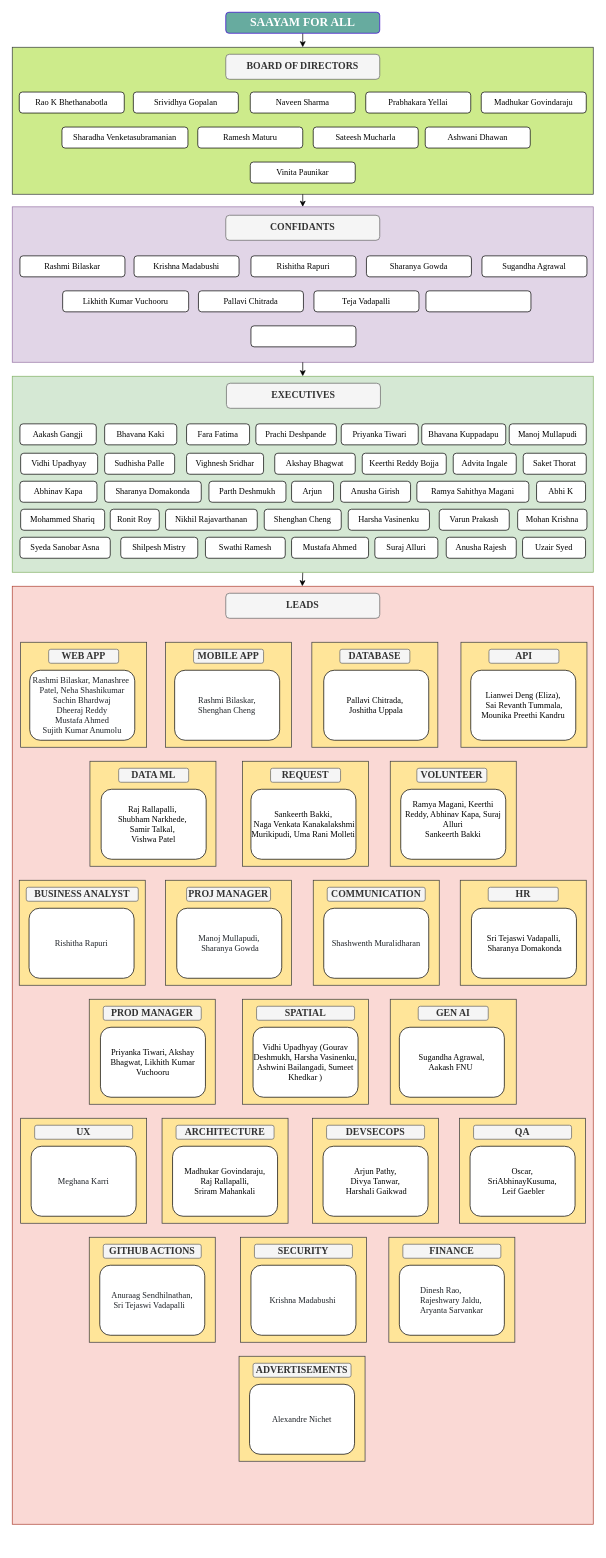
Above: saayam_organizationchart.drawio in PallaviChitrada10/PallaviChitrada10 (draw.io), before the change. Source tidied: cells renumbered, new cells numbered last; positions are measured from the earlier drawing's top-left corner, leaving out a move shared by most shapes. Both pictures are drawn from the tidied source at 70%, with x=0, y=0 at pixel (12, 12).
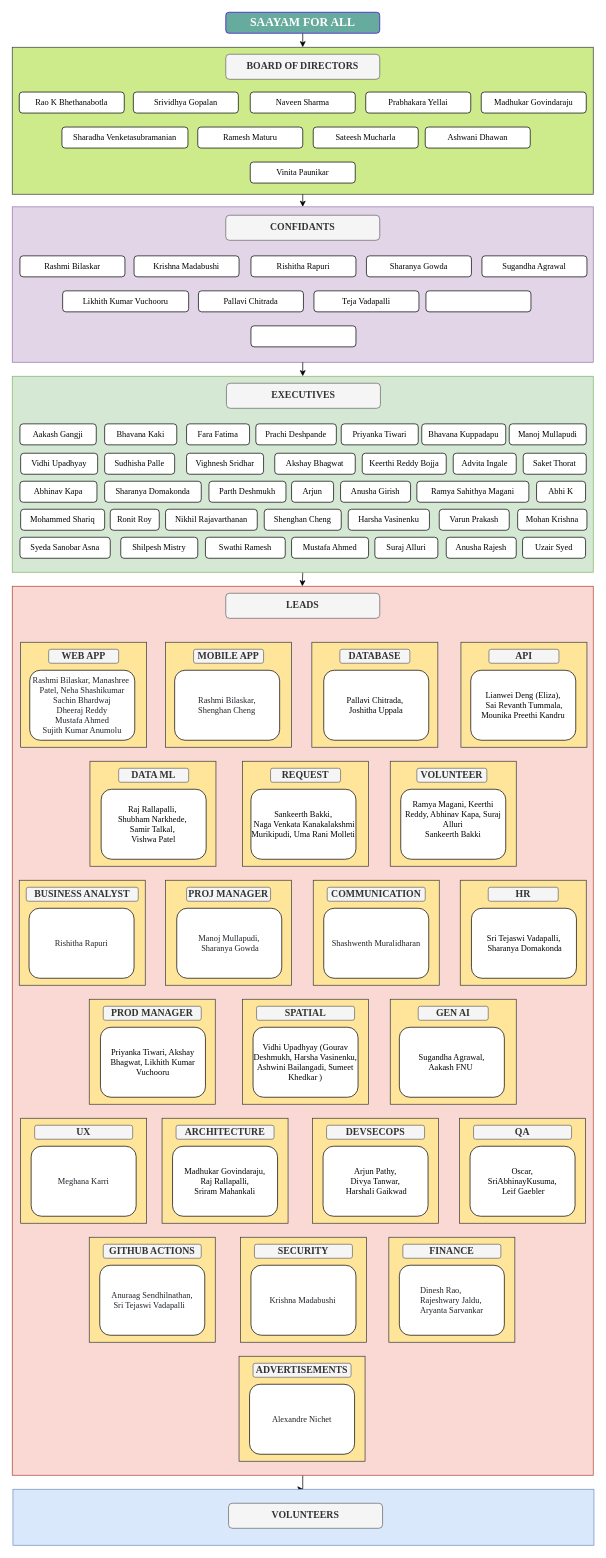
The same page after the edit.

Diff of the diagram source:
```diff
@@
+    <mxCell id="143" style="edgeStyle=orthogonalEdgeStyle;rounded=0;jettySize=auto;html=1;entryX=0.5;entryY=0;entryDx=0;entryDy=0;" parent="1" edge="1" source="59" target="144">
+      <mxGeometry relative="1" as="geometry" />
+    </mxCell>
     <mxCell id="59" style="rounded=0;whiteSpace=wrap;html=1;strokeColor=#ae4132;fillColor=#fad9d5;fontFamily=Garamond;" parent="1" vertex="1">
-      <mxGeometry y="820" width="830" height="1340" as="geometry" />
+      <mxGeometry y="820" width="830" height="1270" as="geometry" />
     </mxCell>
@@
+    <mxCell id="144" style="rounded=0;whiteSpace=wrap;html=1;strokeColor=#6c8ebf;fillColor=#dae8fc;fontFamily=Garamond;" parent="1" vertex="1">
+      <mxGeometry x="1" y="2110" width="830" height="80" as="geometry" />
+    </mxCell>
+    <mxCell id="145" value="&lt;font&gt;&lt;span style=&quot;font-size: 14px;&quot;&gt;&lt;b&gt;VOLUNTEERS&lt;/b&gt;&lt;/span&gt;&lt;/font&gt;" style="rounded=1;whiteSpace=wrap;html=1;fillColor=#f5f5f5;fontColor=#333333;strokeColor=#666666;fontFamily=Garamond;" parent="1" vertex="1">
+      <mxGeometry x="309" y="2130" width="220" height="35.8" as="geometry" />
+    </mxCell>
```
